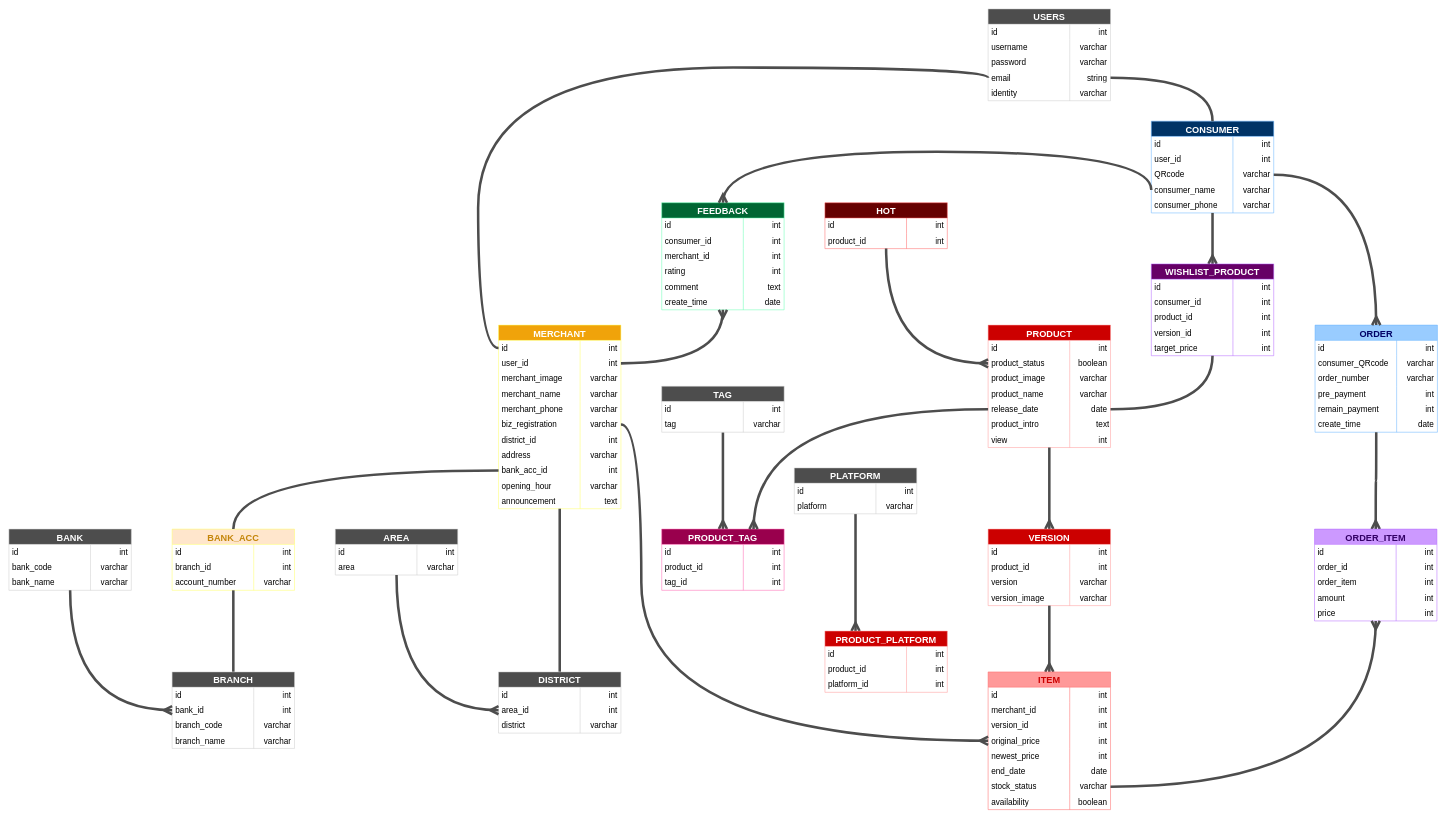
The draw.io diagram guideline/sql_diagram/erd.drawio in Wils0nLin/FRD-Project, before the edit. Source tidied: cells renumbered, new cells numbered last; positions are measured from the earlier drawing's top-left corner, leaving out a move shared by most shapes. Both pictures are drawn from the tidied source at 51%, with x=0, y=0 at pixel (9, 9).
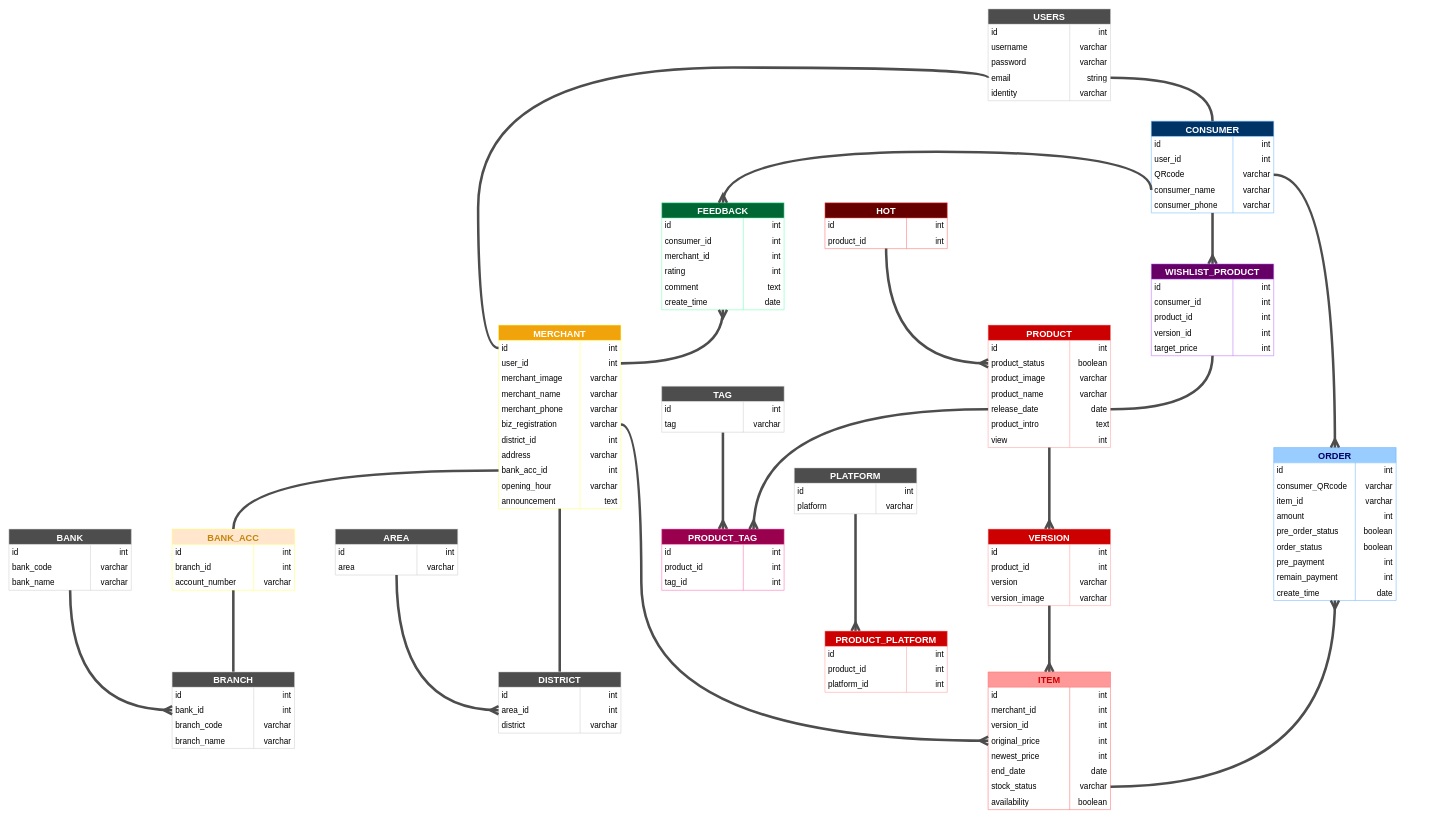
The same diagram, later.

Unchanged cells that the change refers to:
```xml
<mxCell id="41" style="shape=tableRow;horizontal=0;startSize=0;swimlaneHead=0;swimlaneBody=0;top=0;left=0;bottom=0;right=0;fillColor=none;" parent="34" vertex="1">
  <mxGeometry y="90" width="240" height="30" as="geometry" />
</mxCell>
<mxCell id="233" style="shape=tableRow;horizontal=0;startSize=0;swimlaneHead=0;swimlaneBody=0;top=0;left=0;bottom=0;right=0;fillColor=none;points=[[0,0.5],[1,0.5]];portConstraint=eastwest;" parent="214" vertex="1">
  <mxGeometry y="210" width="240" height="30" as="geometry" />
</mxCell>
```

What changed in the source:
```diff
@@
     <mxCell id="34" value="ORDER" style="shape=table;startSize=30;childLayout=tableLayout;rowLines=0;fontStyle=1;fontSize=18;labelBackgroundColor=none;fillColor=#99CCFF;strokeColor=#66B2FF;labelBorderColor=none;fontColor=#000066;swimlaneFillColor=default;" parent="1" vertex="1">
-      <mxGeometry x="2561" y="620" width="240" height="210" as="geometry" />
+      <mxGeometry x="2480" y="860" width="240" height="300" as="geometry" />
     </mxCell>
@@
-    <mxCell id="42" value="&amp;nbsp;order_number" style="shape=partialRectangle;html=1;whiteSpace=wrap;fillColor=none;top=0;left=0;bottom=0;right=0;overflow=hidden;fontSize=16;align=left;" parent="41" vertex="1">
+    <mxCell id="42" value="&amp;nbsp;item_id" style="shape=partialRectangle;html=1;whiteSpace=wrap;fillColor=none;top=0;left=0;bottom=0;right=0;overflow=hidden;fontSize=16;align=left;" parent="41" vertex="1">
       <mxGeometry width="160" height="30" as="geometry" />
     </mxCell>
@@
+    <mxCell id="64" style="shape=tableRow;horizontal=0;startSize=0;swimlaneHead=0;swimlaneBody=0;top=0;left=0;bottom=0;right=0;fillColor=none;" parent="34" vertex="1">
+      <mxGeometry y="120" width="240" height="30" as="geometry" />
+    </mxCell>
+    <mxCell id="65" value="&amp;nbsp;amount" style="shape=partialRectangle;html=1;whiteSpace=wrap;fillColor=none;top=0;left=0;bottom=0;right=0;overflow=hidden;fontSize=16;align=left;" parent="64" vertex="1">
+      <mxGeometry width="160" height="30" as="geometry" />
+    </mxCell>
+    <mxCell id="311" value="int&amp;nbsp;" style="shape=partialRectangle;html=1;whiteSpace=wrap;fillColor=none;top=0;left=0;bottom=0;right=0;align=right;spacingLeft=6;overflow=hidden;fontSize=16;" parent="64" vertex="1">
+      <mxGeometry x="160" width="80" height="30" as="geometry" />
+    </mxCell>
+    <mxCell id="67" style="shape=tableRow;horizontal=0;startSize=0;swimlaneHead=0;swimlaneBody=0;top=0;left=0;bottom=0;right=0;fillColor=none;" parent="34" vertex="1">
+      <mxGeometry y="150" width="240" height="30" as="geometry" />
+    </mxCell>
+    <mxCell id="312" value="&amp;nbsp;pre_order_status" style="shape=partialRectangle;html=1;whiteSpace=wrap;fillColor=none;top=0;left=0;bottom=0;right=0;overflow=hidden;fontSize=16;align=left;" parent="67" vertex="1">
+      <mxGeometry width="160" height="30" as="geometry" />
+    </mxCell>
+    <mxCell id="313" value="boolean&amp;nbsp;" style="shape=partialRectangle;html=1;whiteSpace=wrap;fillColor=none;top=0;left=0;bottom=0;right=0;align=right;spacingLeft=6;overflow=hidden;fontSize=16;" parent="67" vertex="1">
+      <mxGeometry x="160" width="80" height="30" as="geometry" />
+    </mxCell>
+    <mxCell id="314" style="shape=tableRow;horizontal=0;startSize=0;swimlaneHead=0;swimlaneBody=0;top=0;left=0;bottom=0;right=0;fillColor=none;" parent="34" vertex="1">
+      <mxGeometry y="180" width="240" height="30" as="geometry" />
+    </mxCell>
+    <mxCell id="315" value="&amp;nbsp;order_status" style="shape=partialRectangle;html=1;whiteSpace=wrap;fillColor=none;top=0;left=0;bottom=0;right=0;overflow=hidden;fontSize=16;align=left;" parent="314" vertex="1">
+      <mxGeometry width="160" height="30" as="geometry" />
+    </mxCell>
+    <mxCell id="316" value="boolean&amp;nbsp;" style="shape=partialRectangle;html=1;whiteSpace=wrap;fillColor=none;top=0;left=0;bottom=0;right=0;align=right;spacingLeft=6;overflow=hidden;fontSize=16;" parent="314" vertex="1">
+      <mxGeometry x="160" width="80" height="30" as="geometry" />
+    </mxCell>
     <mxCell id="44" style="shape=tableRow;horizontal=0;startSize=0;swimlaneHead=0;swimlaneBody=0;top=0;left=0;bottom=0;right=0;fillColor=none;" parent="34" vertex="1">
-      <mxGeometry y="120" width="240" height="30" as="geometry" />
+      <mxGeometry y="210" width="240" height="30" as="geometry" />
     </mxCell>
@@
     <mxCell id="47" style="shape=tableRow;horizontal=0;startSize=0;swimlaneHead=0;swimlaneBody=0;top=0;left=0;bottom=0;right=0;fillColor=none;" parent="34" vertex="1">
-      <mxGeometry y="150" width="240" height="30" as="geometry" />
+      <mxGeometry y="240" width="240" height="30" as="geometry" />
     </mxCell>
@@
     <mxCell id="50" style="shape=tableRow;horizontal=0;startSize=0;swimlaneHead=0;swimlaneBody=0;top=0;left=0;bottom=0;right=0;fillColor=none;" parent="34" vertex="1">
-      <mxGeometry y="180" width="240" height="30" as="geometry" />
+      <mxGeometry y="270" width="240" height="30" as="geometry" />
     </mxCell>
@@
-    <mxCell id="53" style="edgeStyle=orthogonalEdgeStyle;curved=1;html=1;exitX=0.5;exitY=0;exitDx=0;exitDy=0;strokeColor=#4D4D4D;strokeWidth=5;fontSize=16;fontColor=#C4860A;startArrow=ERmany;startFill=0;endArrow=none;endFill=0;startSize=10;endSize=10;" parent="1" edge="1" source="54" target="34">
-      <mxGeometry relative="1" as="geometry" />
-    </mxCell>
-    <mxCell id="54" value="ORDER_ITEM" style="shape=table;startSize=30;childLayout=tableLayout;rowLines=0;fontStyle=1;fontSize=18;labelBackgroundColor=none;fillColor=#CC99FF;strokeColor=#B266FF;labelBorderColor=none;fontColor=#330066;swimlaneFillColor=default;" parent="1" vertex="1">
-      <mxGeometry x="2560" y="1020" width="240" height="180" as="geometry" />
-    </mxCell>
-    <mxCell id="55" style="shape=tableRow;horizontal=0;startSize=0;swimlaneHead=0;swimlaneBody=0;top=0;left=0;bottom=0;right=0;fillColor=none;" parent="54" vertex="1">
-      <mxGeometry y="30" width="240" height="30" as="geometry" />
-    </mxCell>
-    <mxCell id="56" value="&amp;nbsp;id" style="shape=partialRectangle;html=1;whiteSpace=wrap;fillColor=none;top=0;left=0;bottom=0;right=0;overflow=hidden;align=left;fontSize=16;" parent="55" vertex="1">
-      <mxGeometry width="160" height="30" as="geometry" />
-    </mxCell>
-    <mxCell id="57" value="int&amp;nbsp;" style="shape=partialRectangle;html=1;whiteSpace=wrap;fillColor=none;top=0;left=0;bottom=0;right=0;align=right;spacingLeft=6;overflow=hidden;fontSize=16;" parent="55" vertex="1">
-      <mxGeometry x="160" width="80" height="30" as="geometry" />
-    </mxCell>
-    <mxCell id="58" style="shape=tableRow;horizontal=0;startSize=0;swimlaneHead=0;swimlaneBody=0;top=0;left=0;bottom=0;right=0;fillColor=none;" parent="54" vertex="1">
-      <mxGeometry y="60" width="240" height="30" as="geometry" />
-    </mxCell>
-    <mxCell id="59" value="&amp;nbsp;order_id" style="shape=partialRectangle;html=1;whiteSpace=wrap;fillColor=none;top=0;left=0;bottom=0;right=0;overflow=hidden;align=left;fontSize=16;" parent="58" vertex="1">
-      <mxGeometry width="160" height="30" as="geometry" />
-    </mxCell>
-    <mxCell id="60" value="int&amp;nbsp;" style="shape=partialRectangle;html=1;whiteSpace=wrap;fillColor=none;top=0;left=0;bottom=0;right=0;align=right;spacingLeft=6;overflow=hidden;fontSize=16;" parent="58" vertex="1">
-      <mxGeometry x="160" width="80" height="30" as="geometry" />
-    </mxCell>
-    <mxCell id="61" style="shape=tableRow;horizontal=0;startSize=0;swimlaneHead=0;swimlaneBody=0;top=0;left=0;bottom=0;right=0;fillColor=none;" parent="54" vertex="1">
-      <mxGeometry y="90" width="240" height="30" as="geometry" />
-    </mxCell>
-    <mxCell id="62" value="&amp;nbsp;order_item" style="shape=partialRectangle;html=1;whiteSpace=wrap;fillColor=none;top=0;left=0;bottom=0;right=0;overflow=hidden;fontSize=16;align=left;" parent="61" vertex="1">
-      <mxGeometry width="160" height="30" as="geometry" />
-    </mxCell>
-    <mxCell id="63" value="int&amp;nbsp;" style="shape=partialRectangle;html=1;whiteSpace=wrap;fillColor=none;top=0;left=0;bottom=0;right=0;align=right;spacingLeft=6;overflow=hidden;fontSize=16;" parent="61" vertex="1">
-      <mxGeometry x="160" width="80" height="30" as="geometry" />
-    </mxCell>
-    <mxCell id="64" style="shape=tableRow;horizontal=0;startSize=0;swimlaneHead=0;swimlaneBody=0;top=0;left=0;bottom=0;right=0;fillColor=none;" parent="54" vertex="1">
-      <mxGeometry y="120" width="240" height="30" as="geometry" />
-    </mxCell>
-    <mxCell id="65" value="&amp;nbsp;amount" style="shape=partialRectangle;html=1;whiteSpace=wrap;fillColor=none;top=0;left=0;bottom=0;right=0;overflow=hidden;fontSize=16;align=left;" parent="64" vertex="1">
-      <mxGeometry width="160" height="30" as="geometry" />
-    </mxCell>
-    <mxCell id="66" value="int&amp;nbsp;" style="shape=partialRectangle;html=1;whiteSpace=wrap;fillColor=none;top=0;left=0;bottom=0;right=0;align=right;spacingLeft=6;overflow=hidden;fontSize=16;" parent="64" vertex="1">
-      <mxGeometry x="160" width="80" height="30" as="geometry" />
-    </mxCell>
-    <mxCell id="67" style="shape=tableRow;horizontal=0;startSize=0;swimlaneHead=0;swimlaneBody=0;top=0;left=0;bottom=0;right=0;fillColor=none;" parent="54" vertex="1">
-      <mxGeometry y="150" width="240" height="30" as="geometry" />
-    </mxCell>
-    <mxCell id="68" value="&amp;nbsp;price" style="shape=partialRectangle;html=1;whiteSpace=wrap;fillColor=none;top=0;left=0;bottom=0;right=0;overflow=hidden;fontSize=16;align=left;" parent="67" vertex="1">
-      <mxGeometry width="160" height="30" as="geometry" />
-    </mxCell>
-    <mxCell id="69" value="int&amp;nbsp;" style="shape=partialRectangle;html=1;whiteSpace=wrap;fillColor=none;top=0;left=0;bottom=0;right=0;align=right;spacingLeft=6;overflow=hidden;fontSize=16;" parent="67" vertex="1">
-      <mxGeometry x="160" width="80" height="30" as="geometry" />
-    </mxCell>
@@
-    <mxCell id="298" style="edgeStyle=orthogonalEdgeStyle;curved=1;html=1;exitX=1;exitY=0.5;exitDx=0;exitDy=0;strokeColor=#4D4D4D;strokeWidth=5;fontSize=16;fontColor=#C4860A;startArrow=none;startFill=0;endArrow=ERmany;endFill=0;startSize=10;endSize=10;" parent="1" edge="1" source="233" target="54">
+    <mxCell id="298" style="edgeStyle=orthogonalEdgeStyle;curved=1;html=1;exitX=1;exitY=0.5;exitDx=0;exitDy=0;strokeColor=#4D4D4D;strokeWidth=5;fontSize=16;fontColor=#C4860A;startArrow=none;startFill=0;endArrow=ERmany;endFill=0;startSize=10;endSize=10;" parent="1" edge="1" source="233" target="34">
       <mxGeometry relative="1" as="geometry" />
     </mxCell>
```
